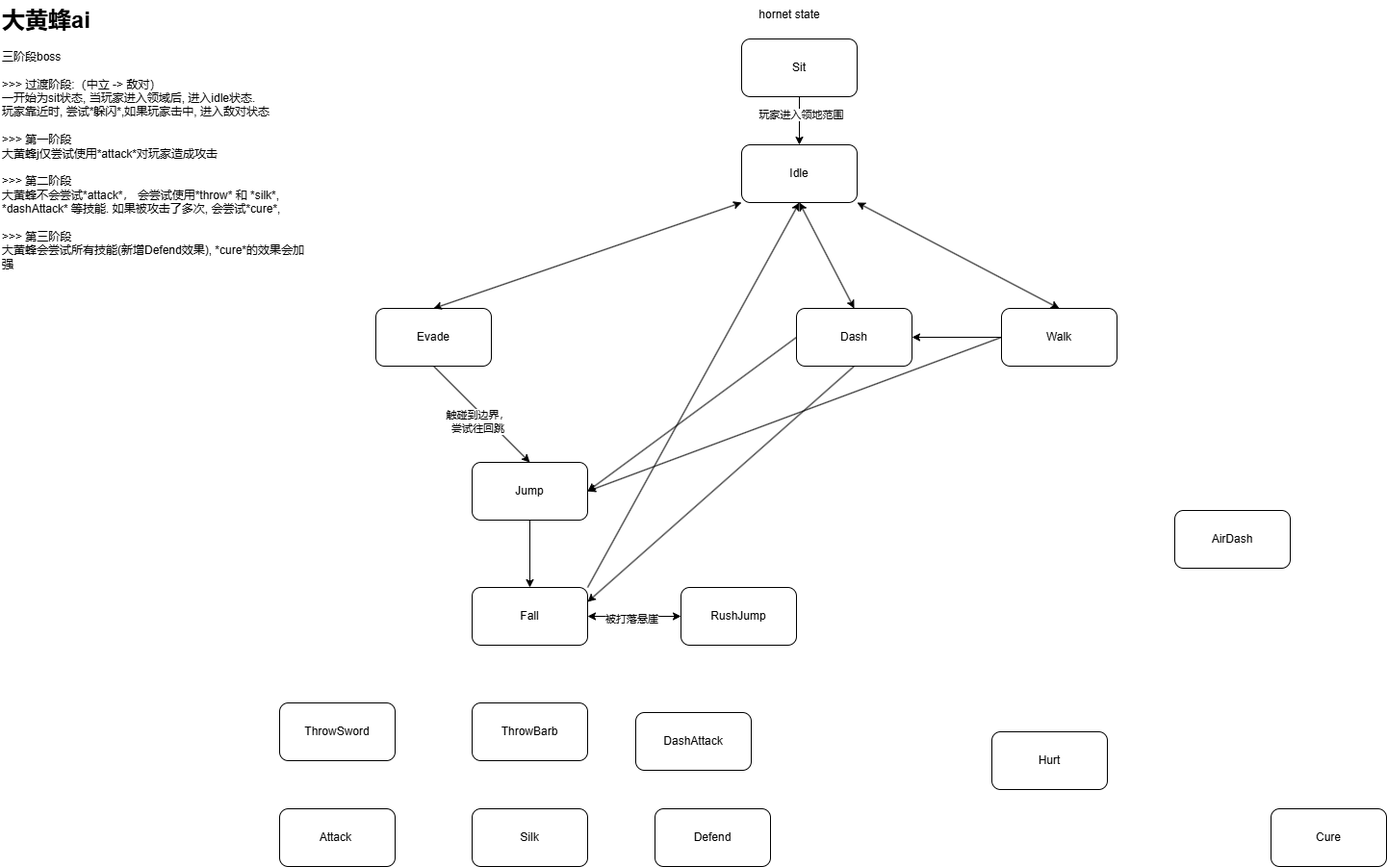
Before: doc/images/hornetState.png, a diagram exported from draw.io (qihaichiaki/GameBase). Source tidied: cells renumbered, new cells last; positions are measured from the earlier drawing's top-left corner, leaving out a move shared by most shapes.
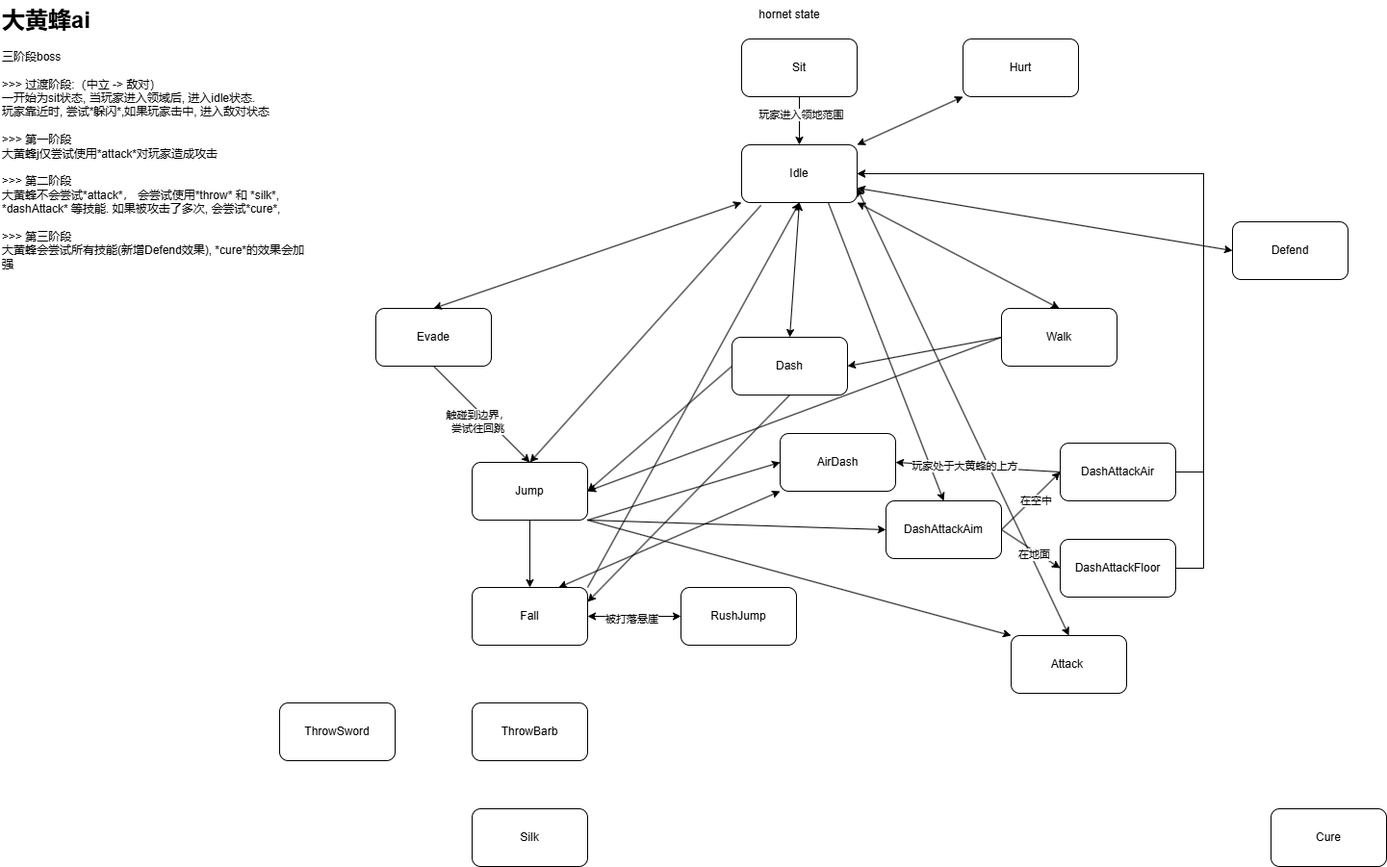
After the change.

What changed in the source:
```diff
@@ -18,7 +18,7 @@
       <mxGeometry x="-0.24" y="1" relative="1" as="geometry" />
     </mxCell>
     <mxCell id="7" value="Attack&amp;nbsp;" style="rounded=1;whiteSpace=wrap;html=1;" parent="1" vertex="1">
-      <mxGeometry x="290" y="840" width="120" height="60" as="geometry" />
+      <mxGeometry x="1050" y="660" width="120" height="60" as="geometry" />
     </mxCell>
     <mxCell id="8" value="Silk" style="rounded=1;whiteSpace=wrap;html=1;" parent="1" vertex="1">
       <mxGeometry x="490" y="840" width="120" height="60" as="geometry" />
@@ -33,10 +33,10 @@
       <mxGeometry x="1320" y="840" width="120" height="60" as="geometry" />
     </mxCell>
     <mxCell id="12" value="Defend" style="rounded=1;whiteSpace=wrap;html=1;" parent="1" vertex="1">
-      <mxGeometry x="680" y="840" width="120" height="60" as="geometry" />
+      <mxGeometry x="1280" y="230" width="120" height="60" as="geometry" />
     </mxCell>
     <mxCell id="13" value="Hurt" style="rounded=1;whiteSpace=wrap;html=1;" parent="1" vertex="1">
-      <mxGeometry x="1030" y="760" width="120" height="60" as="geometry" />
+      <mxGeometry x="1000" y="40" width="120" height="60" as="geometry" />
     </mxCell>
     <mxCell id="14" value="Walk" style="rounded=1;whiteSpace=wrap;html=1;" parent="1" vertex="1">
       <mxGeometry x="1040" y="320" width="120" height="60" as="geometry" />
@@ -51,10 +51,10 @@
       <mxGeometry x="707" y="610" width="120" height="60" as="geometry" />
     </mxCell>
     <mxCell id="18" value="Dash" style="rounded=1;whiteSpace=wrap;html=1;" parent="1" vertex="1">
-      <mxGeometry x="827" y="320" width="120" height="60" as="geometry" />
+      <mxGeometry x="760" y="350" width="120" height="60" as="geometry" />
     </mxCell>
     <mxCell id="19" value="AirDash" style="rounded=1;whiteSpace=wrap;html=1;" parent="1" vertex="1">
-      <mxGeometry x="1220" y="530" width="120" height="60" as="geometry" />
+      <mxGeometry x="810" y="450" width="120" height="60" as="geometry" />
     </mxCell>
     <mxCell id="20" value="&lt;h1 style=&quot;margin-top: 0px;&quot;&gt;大黄蜂ai&lt;/h1&gt;&lt;div&gt;三阶段boss&lt;/div&gt;&lt;div&gt;&lt;br&gt;&lt;/div&gt;&lt;div&gt;&amp;gt;&amp;gt;&amp;gt; 过渡阶段:（中立 -&amp;gt; 敌对）&lt;/div&gt;&lt;div&gt;一开始为sit状态, 当玩家进入领域后, 进入idle状态.&lt;/div&gt;&lt;div&gt;玩家靠近时, 尝试*&lt;span style=&quot;background-color: transparent; color: light-dark(rgb(0, 0, 0), rgb(255, 255, 255));&quot;&gt;躲闪&lt;/span&gt;&lt;span style=&quot;background-color: transparent; color: light-dark(rgb(0, 0, 0), rgb(255, 255, 255));&quot;&gt;*,如果玩家击中, 进入敌对状态&lt;/span&gt;&lt;/div&gt;&lt;div&gt;&lt;span style=&quot;background-color: transparent; color: light-dark(rgb(0, 0, 0), rgb(255, 255, 255));&quot;&gt;&lt;br&gt;&lt;/span&gt;&lt;/div&gt;&lt;div&gt;&lt;span style=&quot;background-color: transparent; color: light-dark(rgb(0, 0, 0), rgb(255, 255, 255));&quot;&gt;&amp;gt;&amp;gt;&amp;gt; 第一阶段&lt;/span&gt;&lt;/div&gt;&lt;div&gt;&lt;span style=&quot;background-color: transparent; color: light-dark(rgb(0, 0, 0), rgb(255, 255, 255));&quot;&gt;大黄蜂j仅尝试使用*attack*对玩家造成攻击&lt;/span&gt;&lt;/div&gt;&lt;div&gt;&lt;span style=&quot;background-color: transparent; color: light-dark(rgb(0, 0, 0), rgb(255, 255, 255));&quot;&gt;&lt;br&gt;&lt;/span&gt;&lt;/div&gt;&lt;div&gt;&amp;gt;&amp;gt;&amp;gt; 第二阶段&lt;/div&gt;&lt;div&gt;大黄蜂不会尝试*attack*， 会尝试使用*throw* 和 *silk*, *dashAttack* 等技能.&amp;nbsp;&lt;span style=&quot;background-color: transparent; color: light-dark(rgb(0, 0, 0), rgb(255, 255, 255));&quot;&gt;如果被攻击了多次, 会尝试*cure*,&lt;/span&gt;&lt;/div&gt;&lt;div&gt;&lt;br&gt;&lt;/div&gt;&lt;div&gt;&amp;gt;&amp;gt;&amp;gt; 第三阶段&lt;/div&gt;&lt;div&gt;大黄蜂会尝试所有技能(新增Defend效果), *cure*的效果会加强&lt;/div&gt;" style="text;html=1;whiteSpace=wrap;overflow=hidden;rounded=0;" parent="1" vertex="1">
       <mxGeometry width="320" height="300" as="geometry" />
@@ -62,9 +62,6 @@
     <mxCell id="21" value="ThrowBarb" style="rounded=1;whiteSpace=wrap;html=1;" parent="1" vertex="1">
       <mxGeometry x="490" y="730" width="120" height="60" as="geometry" />
     </mxCell>
-    <mxCell id="22" value="DashAttack" style="rounded=1;whiteSpace=wrap;html=1;" parent="1" vertex="1">
-      <mxGeometry x="660" y="740" width="120" height="60" as="geometry" />
-    </mxCell>
     <mxCell id="23" style="endArrow=classic;startArrow=classic;html=1;rounded=0;exitX=0.5;exitY=0;exitDx=0;exitDy=0;entryX=0;entryY=1;entryDx=0;entryDy=0;" parent="1" edge="1" source="9" target="3">
       <mxGeometry relative="1" as="geometry" />
     </mxCell>
@@ -106,5 +103,75 @@
     <mxCell id="35" value="被打落悬崖" style="edgeLabel;html=1;align=center;verticalAlign=middle;" parent="34" vertex="1">
       <mxGeometry x="0.06" y="2" relative="1" as="geometry" />
     </mxCell>
+    <mxCell id="36" style="endArrow=classic;startArrow=classic;html=1;rounded=0;exitX=0.5;exitY=0;exitDx=0;exitDy=0;entryX=1;entryY=0.75;entryDx=0;entryDy=0;" parent="1" edge="1" source="7" target="3">
+      <mxGeometry relative="1" as="geometry" />
+    </mxCell>
+    <mxCell id="37" style="endArrow=classic;startArrow=classic;html=1;rounded=0;exitX=1;exitY=0;exitDx=0;exitDy=0;entryX=0;entryY=1;entryDx=0;entryDy=0;" parent="1" edge="1" source="3" target="13">
+      <mxGeometry relative="1" as="geometry" />
+    </mxCell>
+    <mxCell id="38" style="edgeStyle=orthogonalEdgeStyle;rounded=0;jettySize=auto;html=1;entryX=1;entryY=0.5;entryDx=0;entryDy=0;exitX=1;exitY=0.5;exitDx=0;exitDy=0;" parent="1" edge="1" source="47" target="3">
+      <mxGeometry relative="1" as="geometry">
+        <Array as="points">
+          <mxPoint x="1250" y="490" />
+          <mxPoint x="1250" y="180" />
+        </Array>
+      </mxGeometry>
+    </mxCell>
+    <mxCell id="39" style="endArrow=classic;html=1;rounded=0;exitX=1;exitY=1;exitDx=0;exitDy=0;entryX=0;entryY=0.5;entryDx=0;entryDy=0;" parent="1" edge="1" source="15" target="40">
+      <mxGeometry relative="1" as="geometry" />
+    </mxCell>
+    <mxCell id="40" value="DashAttackAim" style="rounded=1;whiteSpace=wrap;html=1;" parent="1" vertex="1">
+      <mxGeometry x="920" y="520" width="120" height="60" as="geometry" />
+    </mxCell>
+    <mxCell id="41" style="edgeStyle=orthogonalEdgeStyle;rounded=0;jettySize=auto;html=1;entryX=1;entryY=0.5;entryDx=0;entryDy=0;exitX=1;exitY=0.5;exitDx=0;exitDy=0;" parent="1" edge="1" source="48" target="3">
+      <mxGeometry relative="1" as="geometry">
+        <Array as="points">
+          <mxPoint x="1250" y="590" />
+          <mxPoint x="1250" y="180" />
+        </Array>
+      </mxGeometry>
+    </mxCell>
+    <mxCell id="42" style="endArrow=classic;html=1;rounded=0;exitX=0.75;exitY=1;exitDx=0;exitDy=0;entryX=0.5;entryY=0;entryDx=0;entryDy=0;" parent="1" edge="1" source="3" target="40">
+      <mxGeometry relative="1" as="geometry" />
+    </mxCell>
+    <mxCell id="43" style="endArrow=classic;html=1;rounded=0;exitX=1;exitY=0.5;exitDx=0;exitDy=0;entryX=0;entryY=0.5;entryDx=0;entryDy=0;" parent="1" edge="1" source="40" target="47">
+      <mxGeometry relative="1" as="geometry" />
+    </mxCell>
+    <mxCell id="44" value="在空中" style="edgeLabel;html=1;align=center;verticalAlign=middle;" parent="43" vertex="1">
+      <mxGeometry x="0.12" y="-3" relative="1" as="geometry" />
+    </mxCell>
+    <mxCell id="45" style="endArrow=classic;html=1;rounded=0;exitX=1;exitY=0.5;exitDx=0;exitDy=0;entryX=0;entryY=0.5;entryDx=0;entryDy=0;" parent="1" edge="1" source="40" target="48">
+      <mxGeometry relative="1" as="geometry" />
+    </mxCell>
+    <mxCell id="46" value="在地面" style="edgeLabel;html=1;align=center;verticalAlign=middle;" parent="45" vertex="1">
+      <mxGeometry x="0.12" y="-3" relative="1" as="geometry" />
+    </mxCell>
+    <mxCell id="47" value="DashAttackAir" style="rounded=1;whiteSpace=wrap;html=1;" parent="1" vertex="1">
+      <mxGeometry x="1101" y="460" width="120" height="60" as="geometry" />
+    </mxCell>
+    <mxCell id="48" value="DashAttackFloor" style="rounded=1;whiteSpace=wrap;html=1;" parent="1" vertex="1">
+      <mxGeometry x="1101" y="560" width="120" height="60" as="geometry" />
+    </mxCell>
+    <mxCell id="49" style="endArrow=classic;html=1;rounded=0;exitX=0;exitY=0.5;exitDx=0;exitDy=0;entryX=1;entryY=0.5;entryDx=0;entryDy=0;" parent="1" edge="1" source="47" target="19">
+      <mxGeometry relative="1" as="geometry" />
+    </mxCell>
+    <mxCell id="50" value="玩家处于大黄蜂的上方" style="edgeLabel;html=1;align=center;verticalAlign=middle;" parent="49" vertex="1">
+      <mxGeometry x="0.16" y="-1" relative="1" as="geometry" />
+    </mxCell>
+    <mxCell id="51" style="endArrow=classic;html=1;rounded=0;exitX=1;exitY=1;exitDx=0;exitDy=0;entryX=0;entryY=0.5;entryDx=0;entryDy=0;" parent="1" edge="1" source="15" target="19">
+      <mxGeometry relative="1" as="geometry" />
+    </mxCell>
+    <mxCell id="52" style="endArrow=classic;html=1;rounded=0;exitX=0.75;exitY=0;exitDx=0;exitDy=0;entryX=0;entryY=1;entryDx=0;entryDy=0;startArrow=classic;startFill=1;" parent="1" edge="1" source="16" target="19">
+      <mxGeometry relative="1" as="geometry" />
+    </mxCell>
+    <mxCell id="53" style="endArrow=classic;html=1;rounded=0;exitX=0.168;exitY=1.047;exitDx=0;exitDy=0;exitPerimeter=0;entryX=0.5;entryY=0;entryDx=0;entryDy=0;" parent="1" edge="1" source="3" target="15">
+      <mxGeometry relative="1" as="geometry" />
+    </mxCell>
+    <mxCell id="54" style="endArrow=classic;html=1;rounded=0;exitX=1;exitY=1;exitDx=0;exitDy=0;entryX=0;entryY=0;entryDx=0;entryDy=0;" parent="1" edge="1" source="15" target="7">
+      <mxGeometry relative="1" as="geometry" />
+    </mxCell>
+    <mxCell id="55" style="endArrow=classic;startArrow=classic;html=1;rounded=0;exitX=1;exitY=0.75;exitDx=0;exitDy=0;entryX=0;entryY=0.5;entryDx=0;entryDy=0;" parent="1" edge="1" source="3" target="12">
+      <mxGeometry relative="1" as="geometry" />
+    </mxCell>
   </root>
 </mxGraphModel>
```
